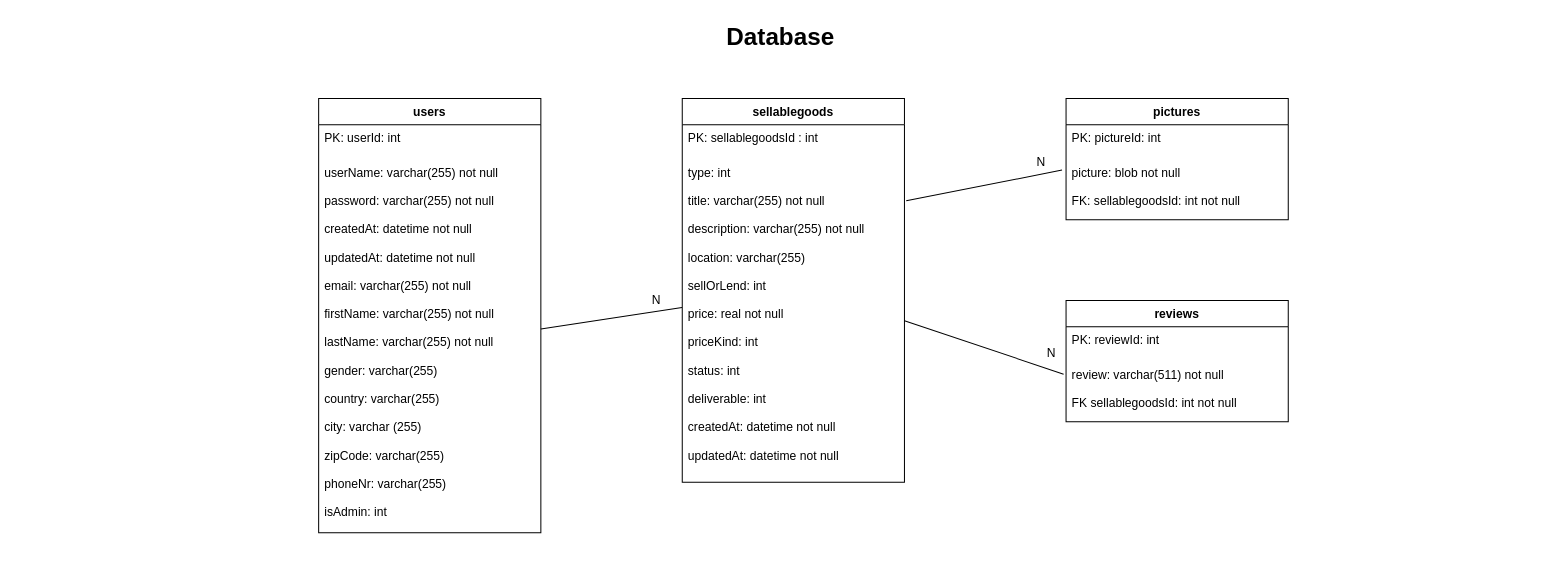
Earlier version of the draw.io diagram documentation/Database.drawio (scg-unibe-ch/ese2020-team5). Source tidied: cells renumbered, new cells numbered last; positions are measured from the earlier drawing's top-left corner, leaving out a move shared by most shapes. Both pictures are drawn from the tidied source at 101%, with x=0, y=0 at pixel (17, 17).
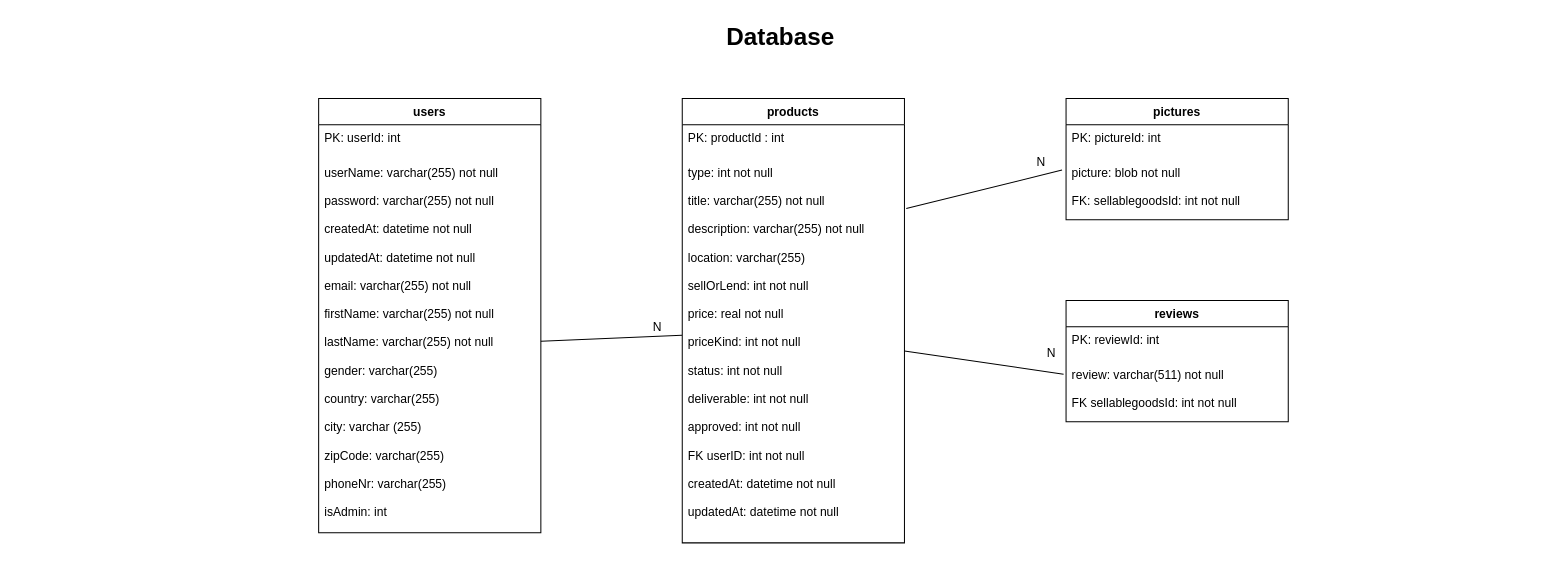
The same page after the edit.

Commit message (it also covers changes not shown here):
Updated the database diagram to change from sellable goods to products

Also to update the used attributes

Diff of the diagram source:
```diff
@@
-    <mxCell id="5" value="sellablegoods" style="swimlane;fontStyle=1;horizontal=1;startSize=26;fillColor=none;" parent="1" vertex="1">
-      <mxGeometry x="658" y="80" width="220" height="380" as="geometry" />
+    <mxCell id="5" value="products" style="swimlane;fontStyle=1;horizontal=1;startSize=26;fillColor=none;" parent="1" vertex="1">
+      <mxGeometry x="658" y="80" width="220" height="440" as="geometry" />
     </mxCell>
-    <mxCell id="6" value="PK: sellablegoodsId : int" style="text;strokeColor=none;fillColor=none;align=left;verticalAlign=top;spacingLeft=4;spacingRight=4;overflow=hidden;" parent="5" vertex="1">
+    <mxCell id="6" value="PK: productId : int" style="text;strokeColor=none;fillColor=none;align=left;verticalAlign=top;spacingLeft=4;spacingRight=4;overflow=hidden;" parent="5" vertex="1">
       <mxGeometry y="26" width="220" height="34" as="geometry" />
     </mxCell>
-    <mxCell id="7" value="type: int&#10;&#10;title: varchar(255) not null&#10;&#10;description: varchar(255) not null&#10;&#10;location: varchar(255)&#10;&#10;sellOrLend: int&#10;&#10;price: real not null&#10;&#10;priceKind: int&#10;&#10;status: int&#10;&#10;deliverable: int&#10;&#10;createdAt: datetime not null&#10;&#10;updatedAt: datetime not null&#10;" style="text;strokeColor=none;fillColor=none;align=left;verticalAlign=top;spacingLeft=4;spacingRight=4;overflow=hidden;points=[[0,0.5],[1,0.5]];portConstraint=eastwest;spacingTop=0;fontSize=12;" parent="5" vertex="1">
-      <mxGeometry y="60" width="220" height="320" as="geometry" />
+    <mxCell id="7" value="type: int not null&#10;&#10;title: varchar(255) not null&#10;&#10;description: varchar(255) not null&#10;&#10;location: varchar(255)&#10;&#10;sellOrLend: int not null&#10;&#10;price: real not null&#10;&#10;priceKind: int not null&#10;&#10;status: int not null&#10;&#10;deliverable: int not null&#10;&#10;approved: int not null&#10;&#10;FK userID: int not null&#10;&#10;createdAt: datetime not null&#10;&#10;updatedAt: datetime not null&#10;" style="text;strokeColor=none;fillColor=none;align=left;verticalAlign=top;spacingLeft=4;spacingRight=4;overflow=hidden;points=[[0,0.5],[1,0.5]];portConstraint=eastwest;spacingTop=0;fontSize=12;" parent="5" vertex="1">
+      <mxGeometry y="60" width="220" height="380" as="geometry" />
     </mxCell>
```
